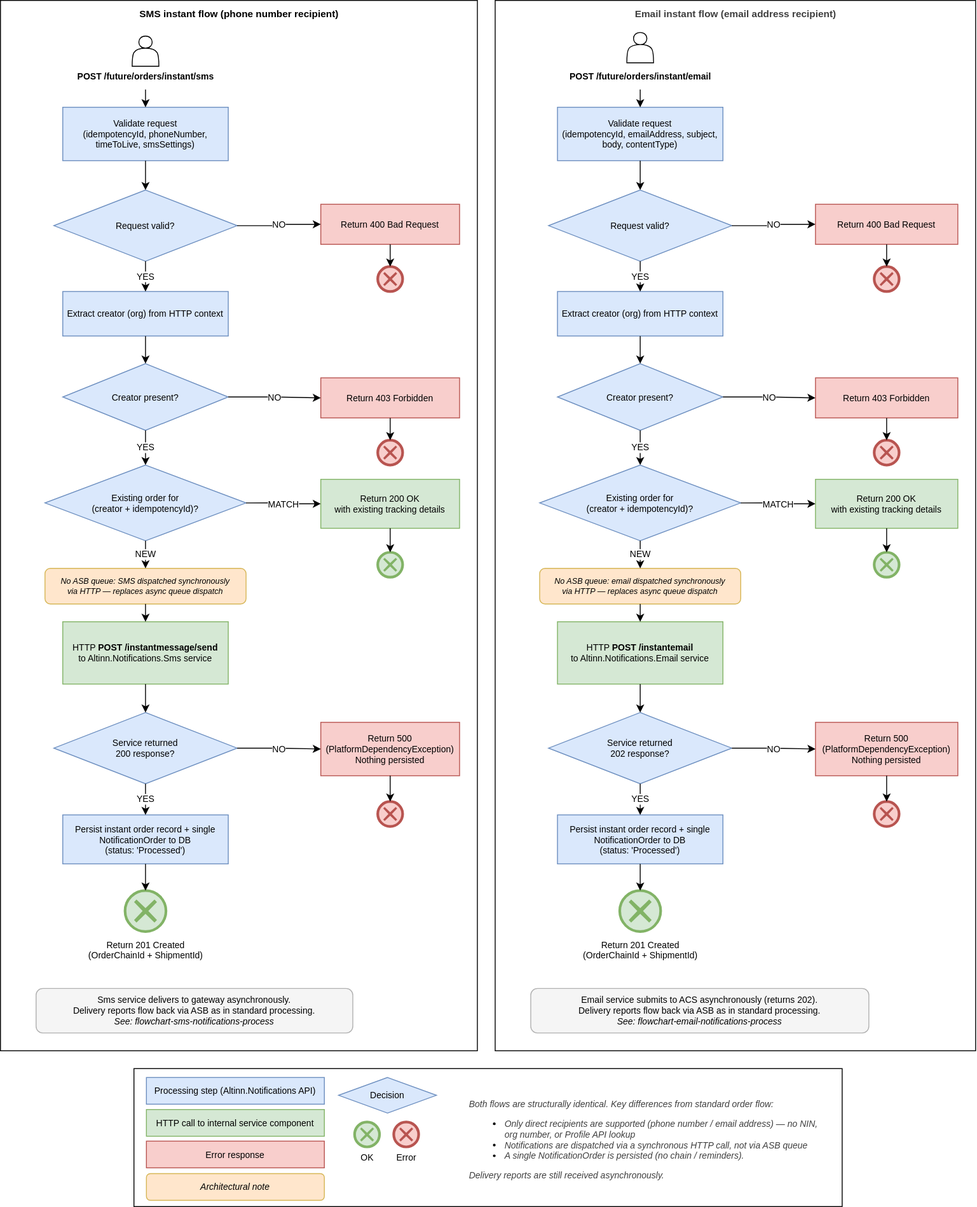
Earlier version of the draw.io export docs/architecture/diagrams/flowchart-instant-notifications-process.svg (Altinn/altinn-notifications). Source tidied: cells renumbered, new cells last; positions are measured from the earlier drawing's top-left corner, leaving out a move shared by most shapes.
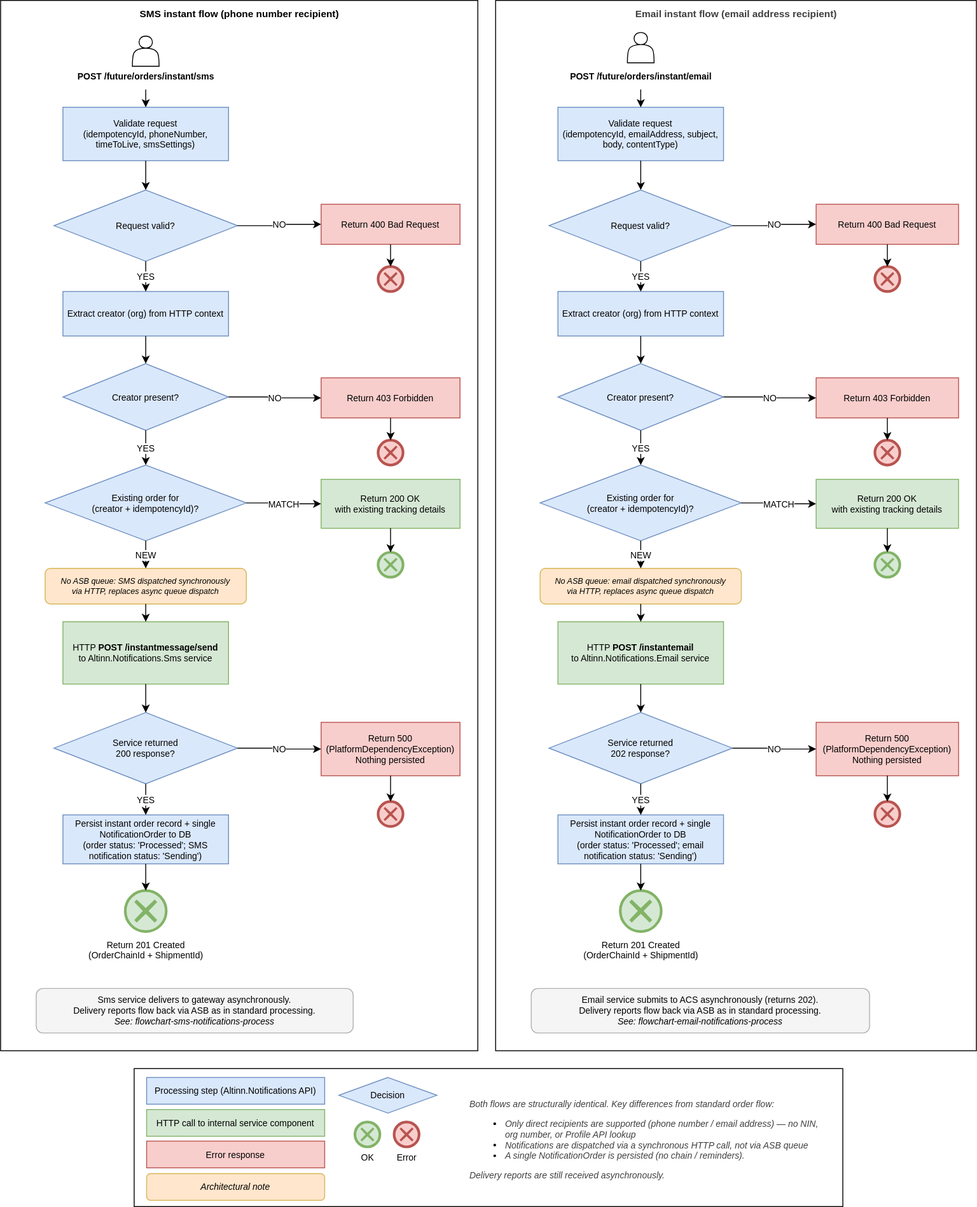
Above is the later version.

The edit, as a diff of the source:
```diff
@@ -74,7 +74,7 @@
     <mxCell id="25" style="points=[[0.145,0.145,0],[0.5,0,0],[0.855,0.145,0],[1,0.5,0],[0.855,0.855,0],[0.5,1,0],[0.145,0.855,0],[0,0.5,0]];shape=mxgraph.bpmn.event;html=1;perimeter=ellipsePerimeter;outline=end;symbol=cancel;fillColor=#d5e8d4;strokeColor=#82b366;" parent="1" vertex="1">
       <mxGeometry x="424" y="620" width="28" height="28" as="geometry" />
     </mxCell>
-    <mxCell id="26" value="&lt;i&gt;No ASB queue: SMS dispatched synchronously&lt;br&gt;via HTTP — replaces async queue dispatch&lt;/i&gt;" style="rounded=1;whiteSpace=wrap;html=1;fillColor=#ffe6cc;strokeColor=#d6b656;fontSize=9;fontStyle=2;" parent="1" vertex="1">
+    <mxCell id="26" value="&lt;i&gt;No ASB queue: SMS dispatched synchronously&lt;br&gt;via HTTP, replaces async queue dispatch&lt;/i&gt;" style="rounded=1;whiteSpace=wrap;html=1;fillColor=#ffe6cc;strokeColor=#d6b656;fontSize=9;fontStyle=2;" parent="1" vertex="1">
       <mxGeometry x="50" y="638" width="226" height="40" as="geometry" />
     </mxCell>
     <mxCell id="27" value="HTTP &lt;b&gt;POST /instantmessage/send&lt;/b&gt;&lt;br&gt;to Altinn.Notifications.Sms service" style="rounded=0;whiteSpace=wrap;html=1;fillColor=#d5e8d4;strokeColor=#82b366;fontSize=10;" parent="1" vertex="1">
@@ -89,7 +89,7 @@
     <mxCell id="30" style="points=[[0.145,0.145,0],[0.5,0,0],[0.855,0.145,0],[1,0.5,0],[0.855,0.855,0],[0.5,1,0],[0.145,0.855,0],[0,0.5,0]];shape=mxgraph.bpmn.event;html=1;perimeter=ellipsePerimeter;outline=end;symbol=cancel;fillColor=#f8cecc;strokeColor=#b85450;" parent="1" vertex="1">
       <mxGeometry x="424" y="900" width="28" height="28" as="geometry" />
     </mxCell>
-    <mxCell id="31" value="Persist instant order record + single NotificationOrder to DB&lt;br&gt;(status: 'Processed')" style="rounded=0;whiteSpace=wrap;html=1;fillColor=#dae8fc;strokeColor=#6c8ebf;fontSize=10;" parent="1" vertex="1">
+    <mxCell id="31" value="Persist instant order record + single NotificationOrder to DB&lt;br&gt;(order status: 'Processed'; SMS notification status: 'Sending')" style="rounded=0;whiteSpace=wrap;html=1;fillColor=#dae8fc;strokeColor=#6c8ebf;fontSize=10;" parent="1" vertex="1">
       <mxGeometry x="70" y="915" width="186" height="55" as="geometry" />
     </mxCell>
     <mxCell id="32" style="points=[[0.145,0.145,0],[0.5,0,0],[0.855,0.145,0],[1,0.5,0],[0.855,0.855,0],[0.5,1,0],[0.145,0.855,0],[0,0.5,0]];shape=mxgraph.bpmn.event;html=1;perimeter=ellipsePerimeter;outline=end;symbol=cancel;fillColor=#d5e8d4;strokeColor=#82b366;" parent="1" vertex="1">
@@ -188,7 +188,7 @@
     <mxCell id="63" style="points=[[0.145,0.145,0],[0.5,0,0],[0.855,0.145,0],[1,0.5,0],[0.855,0.855,0],[0.5,1,0],[0.145,0.855,0],[0,0.5,0]];shape=mxgraph.bpmn.event;html=1;perimeter=ellipsePerimeter;outline=end;symbol=cancel;fillColor=#d5e8d4;strokeColor=#82b366;" parent="1" vertex="1">
       <mxGeometry x="982" y="620" width="28" height="28" as="geometry" />
     </mxCell>
-    <mxCell id="64" value="&lt;i&gt;No ASB queue: email dispatched synchronously&lt;br&gt;via HTTP — replaces async queue dispatch&lt;/i&gt;" style="rounded=1;whiteSpace=wrap;html=1;fillColor=#ffe6cc;strokeColor=#d6b656;fontSize=9;fontStyle=2;" parent="1" vertex="1">
+    <mxCell id="64" value="&lt;i&gt;No ASB queue: email dispatched synchronously&lt;br&gt;via HTTP, replaces async queue dispatch&lt;/i&gt;" style="rounded=1;whiteSpace=wrap;html=1;fillColor=#ffe6cc;strokeColor=#d6b656;fontSize=9;fontStyle=2;" parent="1" vertex="1">
       <mxGeometry x="606" y="638" width="226" height="40" as="geometry" />
     </mxCell>
     <mxCell id="65" value="HTTP &lt;b&gt;POST /instantemail&lt;/b&gt;&lt;br&gt;to Altinn.Notifications.Email service" style="rounded=0;whiteSpace=wrap;html=1;fillColor=#d5e8d4;strokeColor=#82b366;fontSize=10;" parent="1" vertex="1">
@@ -203,7 +203,7 @@
     <mxCell id="68" style="points=[[0.145,0.145,0],[0.5,0,0],[0.855,0.145,0],[1,0.5,0],[0.855,0.855,0],[0.5,1,0],[0.145,0.855,0],[0,0.5,0]];shape=mxgraph.bpmn.event;html=1;perimeter=ellipsePerimeter;outline=end;symbol=cancel;fillColor=#f8cecc;strokeColor=#b85450;" parent="1" vertex="1">
       <mxGeometry x="982" y="900" width="28" height="28" as="geometry" />
     </mxCell>
-    <mxCell id="69" value="Persist instant order record + single NotificationOrder to DB&lt;br&gt;(status: 'Processed')" style="rounded=0;whiteSpace=wrap;html=1;fillColor=#dae8fc;strokeColor=#6c8ebf;fontSize=10;" parent="1" vertex="1">
+    <mxCell id="69" value="Persist instant order record + single NotificationOrder to DB&lt;br&gt;(order status: 'Processed'; email notification status: 'Sending')" style="rounded=0;whiteSpace=wrap;html=1;fillColor=#dae8fc;strokeColor=#6c8ebf;fontSize=10;" parent="1" vertex="1">
       <mxGeometry x="626" y="915" width="186" height="55" as="geometry" />
     </mxCell>
     <mxCell id="70" style="points=[[0.145,0.145,0],[0.5,0,0],[0.855,0.145,0],[1,0.5,0],[0.855,0.855,0],[0.5,1,0],[0.145,0.855,0],[0,0.5,0]];shape=mxgraph.bpmn.event;html=1;perimeter=ellipsePerimeter;outline=end;symbol=cancel;fillColor=#d5e8d4;strokeColor=#82b366;" parent="1" vertex="1">
```
